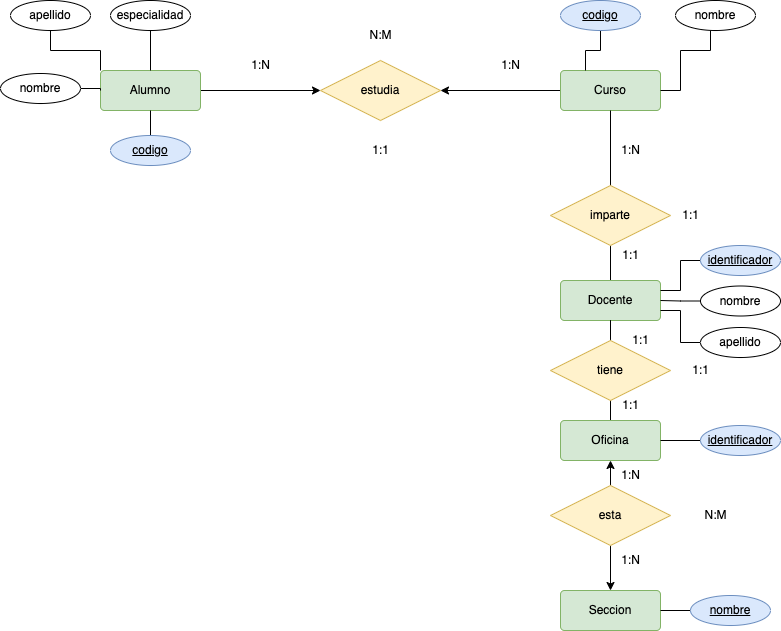
MoisesALH/base-datos keeps this draw.io diagram as NORMALIZACION/tareas/tarea9/img/matricula-modelo.drawio.png. Above is the earlier version. Source tidied: cells renumbered, new cells last; positions are measured from the earlier drawing's top-left corner, leaving out a move shared by most shapes.
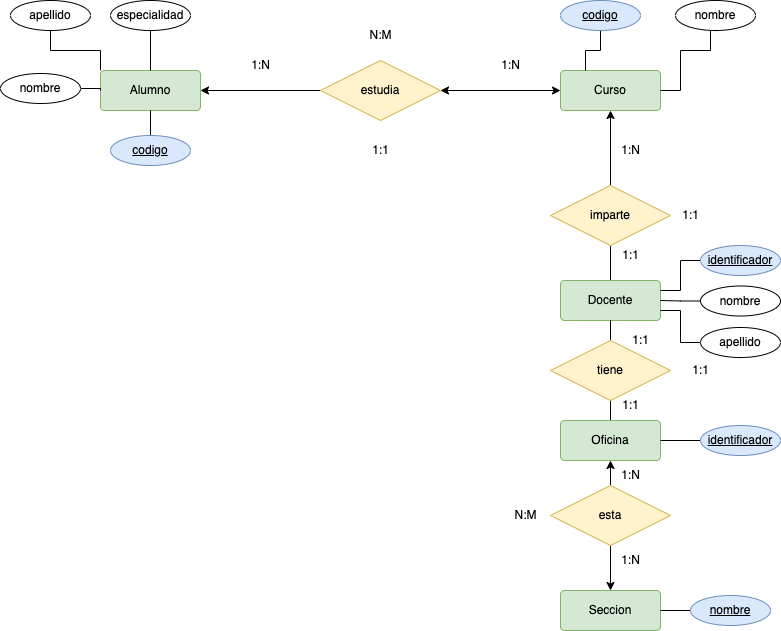
After the commit.

The edit, as a diff of the source:
```diff
@@ -2,13 +2,13 @@
   <root>
     <mxCell id="0" />
     <mxCell id="1" parent="0" />
-    <mxCell id="2" style="edgeStyle=orthogonalEdgeStyle;rounded=0;jettySize=auto;html=1;endArrow=classic;endFill=1;" parent="1" edge="1" source="3" target="5">
+    <mxCell id="2" style="edgeStyle=orthogonalEdgeStyle;rounded=0;jettySize=auto;html=1;endArrow=classic;endFill=1;startArrow=classic;startFill=1;" parent="1" edge="1" source="3" target="5">
       <mxGeometry relative="1" as="geometry" />
     </mxCell>
     <mxCell id="3" value="Curso" style="rounded=1;arcSize=10;whiteSpace=wrap;html=1;align=center;fillColor=#d5e8d4;strokeColor=#82b366;" parent="1" vertex="1">
       <mxGeometry x="560" y="70" width="100" height="40" as="geometry" />
     </mxCell>
-    <mxCell id="4" style="edgeStyle=orthogonalEdgeStyle;rounded=0;jettySize=auto;html=1;endArrow=none;endFill=0;startArrow=classic;startFill=1;" parent="1" edge="1" source="5" target="6">
+    <mxCell id="4" style="edgeStyle=orthogonalEdgeStyle;rounded=0;jettySize=auto;html=1;endArrow=classic;endFill=1;startArrow=none;startFill=0;" parent="1" edge="1" source="5" target="6">
       <mxGeometry relative="1" as="geometry" />
     </mxCell>
     <mxCell id="5" value="estudia" style="shape=rhombus;perimeter=rhombusPerimeter;whiteSpace=wrap;html=1;align=center;fillColor=#fff2cc;strokeColor=#d6b656;" parent="1" vertex="1">
@@ -17,7 +17,7 @@
     <mxCell id="6" value="Alumno" style="rounded=1;arcSize=10;whiteSpace=wrap;html=1;align=center;fillColor=#d5e8d4;strokeColor=#82b366;" parent="1" vertex="1">
       <mxGeometry x="100" y="70" width="100" height="40" as="geometry" />
     </mxCell>
-    <mxCell id="7" style="edgeStyle=orthogonalEdgeStyle;rounded=0;jettySize=auto;html=1;endArrow=none;endFill=0;exitX=0.5;exitY=1;exitDx=0;exitDy=0;" parent="1" edge="1" source="3" target="9">
+    <mxCell id="7" style="edgeStyle=orthogonalEdgeStyle;rounded=0;jettySize=auto;html=1;endArrow=none;endFill=0;exitX=0.5;exitY=1;exitDx=0;exitDy=0;startArrow=classic;startFill=1;" parent="1" edge="1" source="3" target="9">
       <mxGeometry relative="1" as="geometry" />
     </mxCell>
     <mxCell id="8" style="edgeStyle=orthogonalEdgeStyle;rounded=0;jettySize=auto;html=1;endArrow=none;endFill=0;" parent="1" edge="1" source="9" target="10">
@@ -80,7 +80,7 @@
       <mxGeometry x="610" y="545" width="40" height="30" as="geometry" />
     </mxCell>
     <mxCell id="27" value="N:M" style="text;html=1;align=center;verticalAlign=middle;strokeColor=none;fillColor=none;" parent="1" vertex="1">
-      <mxGeometry x="690" y="500" width="50" height="30" as="geometry" />
+      <mxGeometry x="500" y="500" width="50" height="30" as="geometry" />
     </mxCell>
     <mxCell id="28" value="1:1" style="text;html=1;align=center;verticalAlign=middle;strokeColor=none;fillColor=none;" parent="1" vertex="1">
       <mxGeometry x="620" y="325" width="40" height="30" as="geometry" />
```
